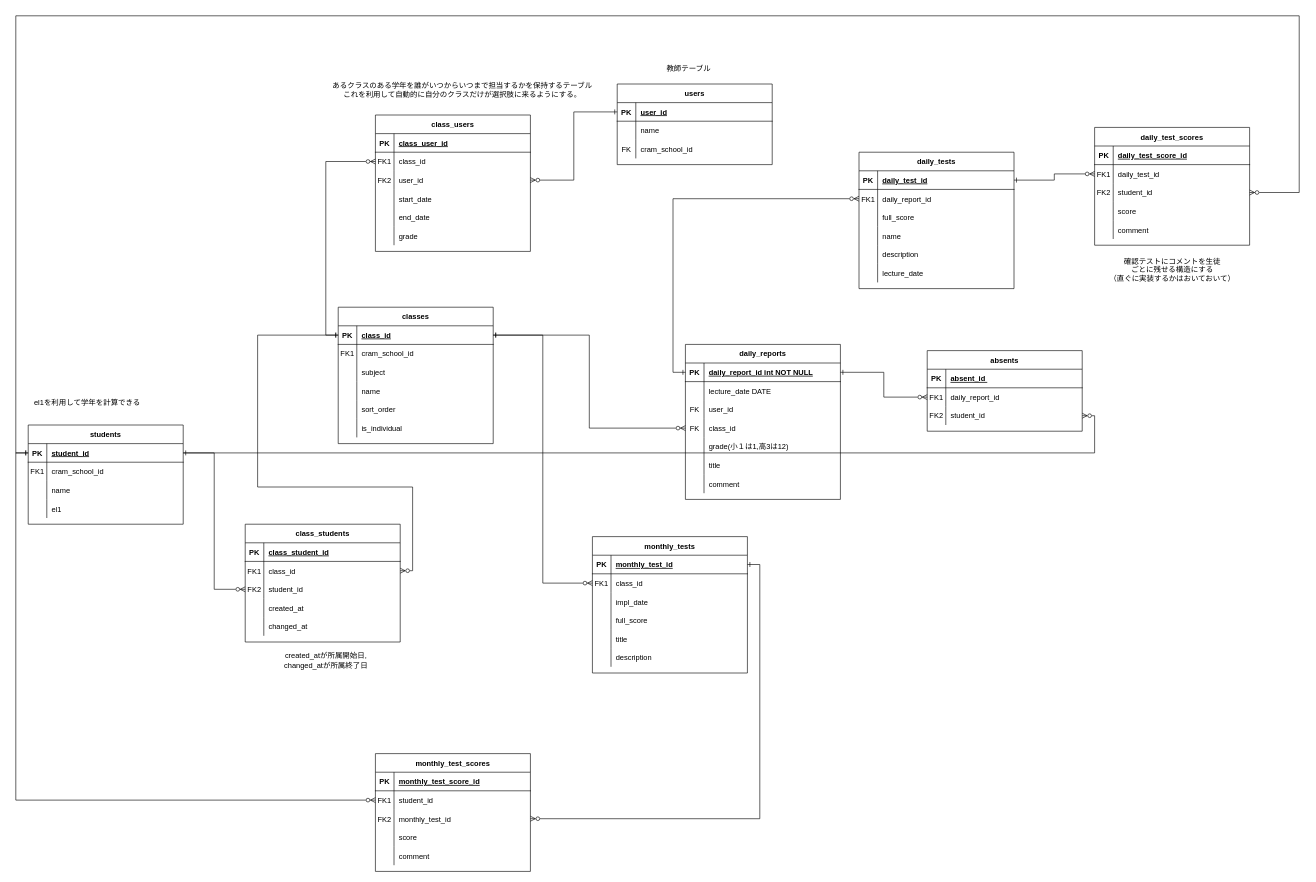
Above: daily_report_ER_diagram.drawio in satoru817/4eachkeijiban (draw.io), before the change. Source tidied: cells renumbered, new cells numbered last; positions are measured from the earlier drawing's top-left corner, leaving out a move shared by most shapes. Both pictures are drawn from the tidied source at 62%, with x=0, y=0 at pixel (16, 16).
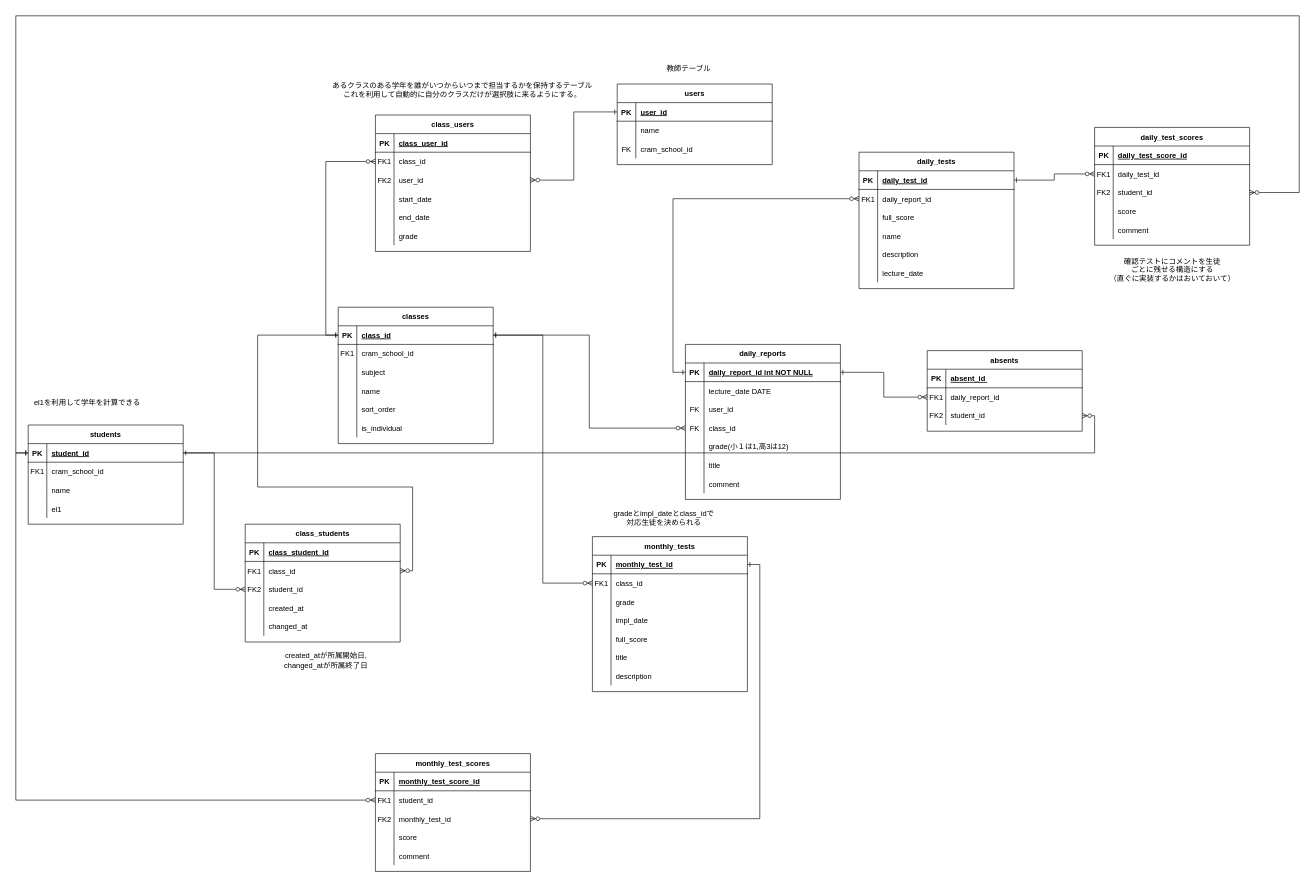
Above is the later version.

Commit message:
daily_report_ER_diagram.drawio を更新します

Unchanged cells that the change refers to:
```xml
<mxCell id="167" style="shape=partialRectangle;fillColor=none;top=0;left=0;right=0;bottom=0;" parent="160" vertex="1">
  <mxGeometry y="90" width="250" height="30" as="geometry" />
</mxCell>
```

What changed in the source:
```diff
@@
     <mxCell id="160" value="monthly_tests" style="shape=table;startSize=30;childLayout=tableLayout;rowLines=0;fontStyle=1;align=center;" parent="1" vertex="1">
-      <mxGeometry x="930" y="840" width="250" height="220" as="geometry" />
+      <mxGeometry x="930" y="840" width="250" height="250" as="geometry" />
     </mxCell>
@@
-    <mxCell id="169" value="impl_date" style="shape=partialRectangle;overflow=hidden;fillColor=none;top=0;left=0;bottom=0;right=0;align=left;spacingLeft=6;" parent="167" vertex="1">
+    <mxCell id="169" value="grade" style="shape=partialRectangle;overflow=hidden;fillColor=none;top=0;left=0;bottom=0;right=0;align=left;spacingLeft=6;" parent="167" vertex="1">
       <mxGeometry x="30" width="220" height="30" as="geometry" />
     </mxCell>
+    <mxCell id="199" style="shape=partialRectangle;fillColor=none;top=0;left=0;right=0;bottom=0;" parent="160" vertex="1">
+      <mxGeometry y="120" width="250" height="30" as="geometry" />
+    </mxCell>
+    <mxCell id="200" style="shape=partialRectangle;overflow=hidden;fillColor=none;top=0;left=0;bottom=0;right=0;" parent="199" vertex="1">
+      <mxGeometry width="30" height="30" as="geometry" />
+    </mxCell>
+    <mxCell id="201" value="impl_date" style="shape=partialRectangle;overflow=hidden;fillColor=none;top=0;left=0;bottom=0;right=0;align=left;spacingLeft=6;" parent="199" vertex="1">
+      <mxGeometry x="30" width="220" height="30" as="geometry" />
+    </mxCell>
     <mxCell id="170" style="shape=partialRectangle;fillColor=none;top=0;left=0;right=0;bottom=0;" parent="160" vertex="1">
-      <mxGeometry y="120" width="250" height="30" as="geometry" />
+      <mxGeometry y="150" width="250" height="30" as="geometry" />
     </mxCell>
@@
     <mxCell id="173" style="shape=partialRectangle;fillColor=none;top=0;left=0;right=0;bottom=0;" parent="160" vertex="1">
-      <mxGeometry y="150" width="250" height="30" as="geometry" />
+      <mxGeometry y="180" width="250" height="30" as="geometry" />
     </mxCell>
@@
     <mxCell id="176" style="shape=partialRectangle;fillColor=none;top=0;left=0;right=0;bottom=0;" parent="160" vertex="1">
-      <mxGeometry y="180" width="250" height="30" as="geometry" />
+      <mxGeometry y="210" width="250" height="30" as="geometry" />
     </mxCell>
@@
+    <mxCell id="202" value="gradeとimpl_dateとclass_idで&lt;div&gt;対応生徒を決められる&lt;/div&gt;" style="text;html=1;align=center;verticalAlign=middle;strokeColor=none;fillColor=none;" parent="1" vertex="1">
+      <mxGeometry x="950" y="790" width="190" height="40" as="geometry" />
+    </mxCell>
```
